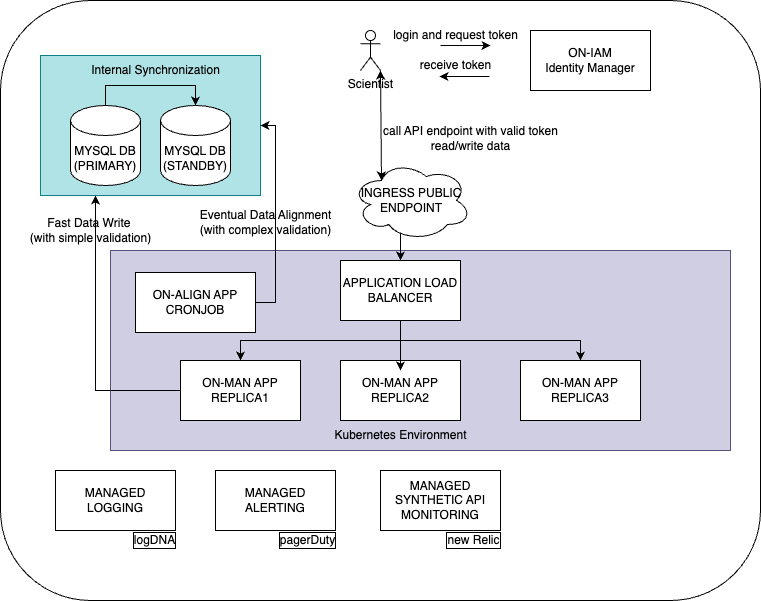
Before: images-png/ontology-manager.drawio.png, a diagram exported from draw.io (desourav/on-man). Source tidied: cells renumbered, new cells last; positions are measured from the earlier drawing's top-left corner, leaving out a move shared by most shapes. The source it was exported from:
```xml
<mxGraphModel>
  <root>
    <mxCell id="0" />
    <mxCell id="1" parent="0" />
    <mxCell id="2" style="group;" parent="1" vertex="1">
      <mxGeometry width="760" height="600" as="geometry" />
    </mxCell>
    <mxCell id="3" style="rounded=1;whiteSpace=wrap;html=1;" parent="2" vertex="1">
      <mxGeometry width="760" height="600" as="geometry" />
    </mxCell>
    <mxCell id="4" style="rounded=0;whiteSpace=wrap;html=1;fillColor=#d0cee2;strokeColor=#56517e;" parent="2" vertex="1">
      <mxGeometry x="110" y="250" width="620" height="200" as="geometry" />
    </mxCell>
    <mxCell id="5" style="rounded=0;whiteSpace=wrap;html=1;fillColor=#b0e3e6;strokeColor=#0e8088;" parent="2" vertex="1">
      <mxGeometry x="40" y="55" width="220" height="140" as="geometry" />
    </mxCell>
    <mxCell id="6" style="edgeStyle=orthogonalEdgeStyle;rounded=0;jettySize=auto;html=1;exitX=0.5;exitY=1;exitDx=0;exitDy=0;entryX=0.5;entryY=0;entryDx=0;entryDy=0;" parent="2" edge="1" source="8" target="10">
      <mxGeometry relative="1" as="geometry" />
    </mxCell>
    <mxCell id="7" style="edgeStyle=orthogonalEdgeStyle;rounded=0;jettySize=auto;html=1;exitX=0.5;exitY=1;exitDx=0;exitDy=0;" parent="2" edge="1" source="8" target="11">
      <mxGeometry relative="1" as="geometry" />
    </mxCell>
    <mxCell id="8" value="APPLICATION LOAD BALANCER" style="rounded=0;whiteSpace=wrap;html=1;" parent="2" vertex="1">
      <mxGeometry x="340" y="260" width="120" height="60" as="geometry" />
    </mxCell>
    <mxCell id="9" style="edgeStyle=orthogonalEdgeStyle;rounded=0;jettySize=auto;html=1;exitX=0;exitY=0.5;exitDx=0;exitDy=0;entryX=0.25;entryY=1;entryDx=0;entryDy=0;" parent="2" edge="1" source="10" target="5">
      <mxGeometry relative="1" as="geometry" />
    </mxCell>
    <mxCell id="10" value="ON-MAN APP REPLICA1" style="rounded=0;whiteSpace=wrap;html=1;" parent="2" vertex="1">
      <mxGeometry x="180" y="360" width="120" height="60" as="geometry" />
    </mxCell>
    <mxCell id="11" value="ON-MAN&amp;nbsp;APP REPLICA3" style="rounded=0;whiteSpace=wrap;html=1;" parent="2" vertex="1">
      <mxGeometry x="520" y="360" width="120" height="60" as="geometry" />
    </mxCell>
    <mxCell id="12" value="ON-MAN&amp;nbsp;APP REPLICA2" style="rounded=0;whiteSpace=wrap;html=1;" parent="2" vertex="1">
      <mxGeometry x="340" y="360" width="120" height="60" as="geometry" />
    </mxCell>
    <mxCell id="13" style="edgeStyle=orthogonalEdgeStyle;rounded=0;jettySize=auto;html=1;exitX=0.5;exitY=1;exitDx=0;exitDy=0;entryX=0.5;entryY=0.167;entryDx=0;entryDy=0;entryPerimeter=0;" parent="2" edge="1" source="8" target="12">
      <mxGeometry relative="1" as="geometry" />
    </mxCell>
    <mxCell id="14" value="MYSQL DB (PRIMARY)" style="shape=cylinder3;whiteSpace=wrap;html=1;boundedLbl=1;backgroundOutline=1;size=15;" parent="2" vertex="1">
      <mxGeometry x="70" y="105" width="70" height="80" as="geometry" />
    </mxCell>
    <mxCell id="15" value="MYSQL DB (STANDBY)" style="shape=cylinder3;whiteSpace=wrap;html=1;boundedLbl=1;backgroundOutline=1;size=15;" parent="2" vertex="1">
      <mxGeometry x="160" y="105" width="70" height="80" as="geometry" />
    </mxCell>
    <mxCell id="16" style="edgeStyle=orthogonalEdgeStyle;rounded=0;jettySize=auto;html=1;exitX=0.5;exitY=0;exitDx=0;exitDy=0;exitPerimeter=0;entryX=0.5;entryY=0;entryDx=0;entryDy=0;entryPerimeter=0;" parent="2" edge="1" source="14" target="15">
      <mxGeometry relative="1" as="geometry" />
    </mxCell>
    <mxCell id="17" value="Internal Synchronization" style="text;html=1;align=center;verticalAlign=middle;strokeColor=none;fillColor=none;" parent="2" vertex="1">
      <mxGeometry x="80" y="55" width="150" height="30" as="geometry" />
    </mxCell>
    <mxCell id="18" value="Scientist" style="shape=umlActor;verticalLabelPosition=bottom;verticalAlign=top;html=1;outlineConnect=0;" parent="2" vertex="1">
      <mxGeometry x="360" y="30" width="20" height="40" as="geometry" />
    </mxCell>
    <mxCell id="19" value="ON-IAM&lt;div&gt;Identity Manager&lt;/div&gt;" style="rounded=0;whiteSpace=wrap;html=1;" parent="2" vertex="1">
      <mxGeometry x="530" y="30" width="120" height="60" as="geometry" />
    </mxCell>
    <mxCell id="20" style="endArrow=classic;html=1;rounded=0;" parent="2" edge="1">
      <mxGeometry relative="1" as="geometry">
        <mxPoint x="440" y="45" as="sourcePoint" />
        <mxPoint x="490" y="45" as="targetPoint" />
      </mxGeometry>
    </mxCell>
    <mxCell id="21" style="endArrow=classic;html=1;rounded=0;" parent="2" edge="1">
      <mxGeometry relative="1" as="geometry">
        <mxPoint x="489" y="76" as="sourcePoint" />
        <mxPoint x="439" y="76" as="targetPoint" />
      </mxGeometry>
    </mxCell>
    <mxCell id="22" style="edgeStyle=orthogonalEdgeStyle;rounded=0;jettySize=auto;html=1;exitX=0.492;exitY=0.913;exitDx=0;exitDy=0;entryX=0.5;entryY=0;entryDx=0;entryDy=0;exitPerimeter=0;" parent="2" edge="1" source="26" target="8">
      <mxGeometry relative="1" as="geometry" />
    </mxCell>
    <mxCell id="23" value="login and request token" style="text;html=1;align=center;verticalAlign=middle;strokeColor=none;fillColor=none;" parent="2" vertex="1">
      <mxGeometry x="380" y="20" width="150" height="30" as="geometry" />
    </mxCell>
    <mxCell id="24" value="receive token" style="text;html=1;align=center;verticalAlign=middle;strokeColor=none;fillColor=none;" parent="2" vertex="1">
      <mxGeometry x="410" y="50" width="90" height="30" as="geometry" />
    </mxCell>
    <mxCell id="25" value="call API endpoint with valid token&lt;div&gt;read/write data&lt;/div&gt;" style="text;html=1;align=center;verticalAlign=middle;strokeColor=none;fillColor=none;" parent="2" vertex="1">
      <mxGeometry x="370" y="118" width="200" height="40" as="geometry" />
    </mxCell>
    <mxCell id="26" value="INGRESS PUBLIC ENDPOINT" style="ellipse;shape=cloud;whiteSpace=wrap;html=1;" parent="2" vertex="1">
      <mxGeometry x="351" y="160" width="120" height="80" as="geometry" />
    </mxCell>
    <mxCell id="27" value="Kubernetes Environment" style="text;html=1;align=center;verticalAlign=middle;strokeColor=none;fillColor=none;" parent="2" vertex="1">
      <mxGeometry x="320" y="420" width="160" height="30" as="geometry" />
    </mxCell>
    <mxCell id="28" style="edgeStyle=orthogonalEdgeStyle;rounded=0;jettySize=auto;html=1;exitX=1;exitY=0.5;exitDx=0;exitDy=0;entryX=1;entryY=0.5;entryDx=0;entryDy=0;" parent="2" edge="1" source="29" target="5">
      <mxGeometry relative="1" as="geometry" />
    </mxCell>
    <mxCell id="29" value="ON-ALIGN APP CRONJOB" style="rounded=0;whiteSpace=wrap;html=1;" parent="2" vertex="1">
      <mxGeometry x="135" y="272" width="120" height="60" as="geometry" />
    </mxCell>
    <mxCell id="30" value="Eventual Data Alignment&lt;div&gt;(with complex validation)&lt;/div&gt;" style="text;html=1;align=center;verticalAlign=middle;strokeColor=none;fillColor=none;" parent="2" vertex="1">
      <mxGeometry x="190" y="202" width="150" height="40" as="geometry" />
    </mxCell>
    <mxCell id="31" value="Fast Data Write&amp;nbsp;&lt;div&gt;(with simple validation)&lt;/div&gt;" style="text;html=1;align=center;verticalAlign=middle;strokeColor=none;fillColor=none;" parent="2" vertex="1">
      <mxGeometry x="20" y="210" width="140" height="40" as="geometry" />
    </mxCell>
    <mxCell id="32" style="endArrow=classic;startArrow=classic;html=1;rounded=0;entryX=1;entryY=1;entryDx=0;entryDy=0;entryPerimeter=0;exitX=0.25;exitY=0.25;exitDx=0;exitDy=0;exitPerimeter=0;" parent="2" edge="1" source="26" target="18">
      <mxGeometry relative="1" as="geometry" />
    </mxCell>
    <mxCell id="33" value="MANAGED LOGGING" style="rounded=0;whiteSpace=wrap;html=1;" parent="2" vertex="1">
      <mxGeometry x="55" y="470" width="120" height="60" as="geometry" />
    </mxCell>
    <mxCell id="34" value="MANAGED ALERTING" style="rounded=0;whiteSpace=wrap;html=1;" parent="2" vertex="1">
      <mxGeometry x="215" y="470" width="120" height="60" as="geometry" />
    </mxCell>
    <mxCell id="35" value="MANAGED SYNTHETIC API MONITORING" style="rounded=0;whiteSpace=wrap;html=1;" parent="2" vertex="1">
      <mxGeometry x="380" y="470" width="120" height="60" as="geometry" />
    </mxCell>
    <mxCell id="36" value="logDNA" style="text;html=1;align=center;verticalAlign=middle;strokeColor=none;fillColor=none;labelBorderColor=default;" parent="2" vertex="1">
      <mxGeometry x="124" y="525" width="60" height="30" as="geometry" />
    </mxCell>
    <mxCell id="37" value="pagerDuty" style="text;html=1;align=center;verticalAlign=middle;strokeColor=none;fillColor=none;labelBorderColor=default;" parent="2" vertex="1">
      <mxGeometry x="267" y="525" width="80" height="30" as="geometry" />
    </mxCell>
    <mxCell id="38" value="new Relic" style="text;html=1;align=center;verticalAlign=middle;strokeColor=none;fillColor=none;labelBorderColor=default;" parent="2" vertex="1">
      <mxGeometry x="433" y="525" width="80" height="30" as="geometry" />
    </mxCell>
  </root>
</mxGraphModel>
```
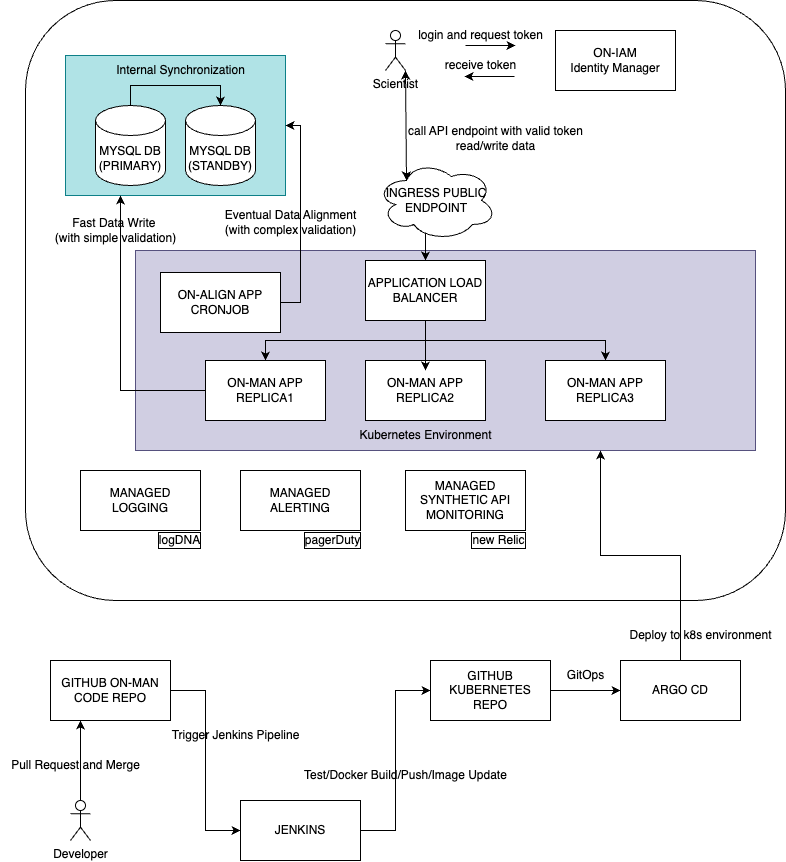
After the change.

Commit message:
fix: add deploy pipeline

Diff of the diagram source:
```diff
@@ -119,5 +119,50 @@
     <mxCell id="38" value="new Relic" style="text;html=1;align=center;verticalAlign=middle;strokeColor=none;fillColor=none;labelBorderColor=default;" parent="2" vertex="1">
       <mxGeometry x="433" y="525" width="80" height="30" as="geometry" />
     </mxCell>
+    <mxCell id="39" style="edgeStyle=orthogonalEdgeStyle;rounded=0;jettySize=auto;html=1;exitX=1;exitY=0.5;exitDx=0;exitDy=0;entryX=0;entryY=0.5;entryDx=0;entryDy=0;" parent="1" edge="1" source="40" target="42">
+      <mxGeometry relative="1" as="geometry" />
+    </mxCell>
+    <mxCell id="40" value="GITHUB ON-MAN CODE REPO" style="rounded=0;whiteSpace=wrap;html=1;" parent="1" vertex="1">
+      <mxGeometry x="25" y="660" width="120" height="60" as="geometry" />
+    </mxCell>
+    <mxCell id="41" style="edgeStyle=orthogonalEdgeStyle;rounded=0;jettySize=auto;html=1;exitX=1;exitY=0.5;exitDx=0;exitDy=0;entryX=0;entryY=0.5;entryDx=0;entryDy=0;" parent="1" edge="1" source="42" target="44">
+      <mxGeometry relative="1" as="geometry" />
+    </mxCell>
+    <mxCell id="42" value="JENKINS" style="rounded=0;whiteSpace=wrap;html=1;" parent="1" vertex="1">
+      <mxGeometry x="215" y="800" width="120" height="60" as="geometry" />
+    </mxCell>
+    <mxCell id="43" style="edgeStyle=orthogonalEdgeStyle;rounded=0;jettySize=auto;html=1;exitX=1;exitY=0.5;exitDx=0;exitDy=0;entryX=0;entryY=0.5;entryDx=0;entryDy=0;" parent="1" edge="1" source="44" target="51">
+      <mxGeometry relative="1" as="geometry" />
+    </mxCell>
+    <mxCell id="44" value="GITHUB KUBERNETES REPO" style="rounded=0;whiteSpace=wrap;html=1;" parent="1" vertex="1">
+      <mxGeometry x="405" y="660" width="120" height="60" as="geometry" />
+    </mxCell>
+    <mxCell id="45" style="edgeStyle=orthogonalEdgeStyle;rounded=0;jettySize=auto;html=1;entryX=0.25;entryY=1;entryDx=0;entryDy=0;" parent="1" edge="1" source="46" target="40">
+      <mxGeometry relative="1" as="geometry" />
+    </mxCell>
+    <mxCell id="46" value="Developer" style="shape=umlActor;verticalLabelPosition=bottom;verticalAlign=top;html=1;outlineConnect=0;" parent="1" vertex="1">
+      <mxGeometry x="45" y="800" width="20" height="40" as="geometry" />
+    </mxCell>
+    <mxCell id="47" value="Pull Request and Merge" style="text;html=1;align=center;verticalAlign=middle;strokeColor=none;fillColor=none;" parent="1" vertex="1">
+      <mxGeometry x="-25" y="750" width="150" height="30" as="geometry" />
+    </mxCell>
+    <mxCell id="48" value="Test/Docker Build/Push/Image Update" style="text;html=1;align=center;verticalAlign=middle;strokeColor=none;fillColor=none;" parent="1" vertex="1">
+      <mxGeometry x="265" y="760" width="230" height="30" as="geometry" />
+    </mxCell>
+    <mxCell id="49" value="Trigger Jenkins Pipeline" style="text;html=1;align=center;verticalAlign=middle;strokeColor=none;fillColor=none;" parent="1" vertex="1">
+      <mxGeometry x="135" y="720" width="150" height="30" as="geometry" />
+    </mxCell>
+    <mxCell id="50" style="edgeStyle=orthogonalEdgeStyle;rounded=0;jettySize=auto;html=1;exitX=0.5;exitY=0;exitDx=0;exitDy=0;entryX=0.75;entryY=1;entryDx=0;entryDy=0;" parent="1" edge="1" source="51" target="4">
+      <mxGeometry relative="1" as="geometry" />
+    </mxCell>
+    <mxCell id="51" value="ARGO CD" style="rounded=0;whiteSpace=wrap;html=1;" parent="1" vertex="1">
+      <mxGeometry x="595" y="660" width="120" height="60" as="geometry" />
+    </mxCell>
+    <mxCell id="52" value="Deploy to k8s environment" style="text;html=1;align=center;verticalAlign=middle;strokeColor=none;fillColor=none;" parent="1" vertex="1">
+      <mxGeometry x="590" y="620" width="170" height="30" as="geometry" />
+    </mxCell>
+    <mxCell id="53" value="GitOps" style="text;html=1;align=center;verticalAlign=middle;strokeColor=none;fillColor=none;" parent="1" vertex="1">
+      <mxGeometry x="530" y="660" width="60" height="30" as="geometry" />
+    </mxCell>
   </root>
 </mxGraphModel>
```
